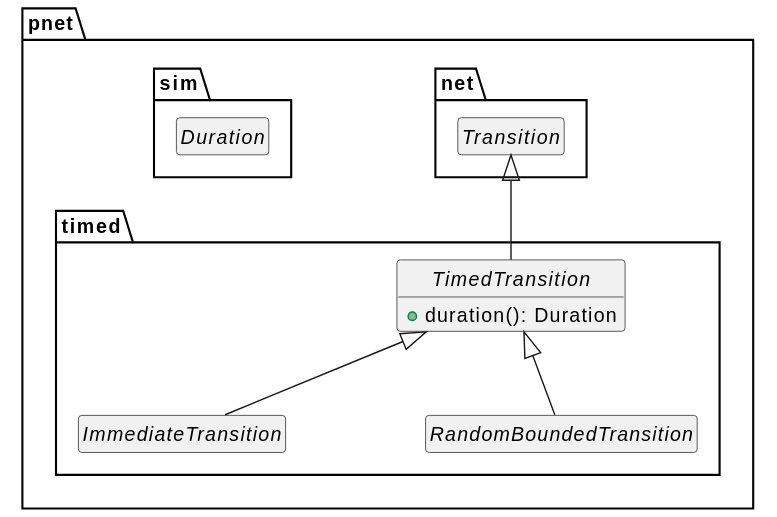
This is doc/ptnet-model-timed.svg from johnstonskj/rust-ptnets, a PlantUML export, as it was before one commit. Source of this version:
```plantuml
@startuml
skinparam backgroundColor transparent
skinparam style strictuml
skinparam linetype polyline
skinparam nodesep 100

hide empty members

package pnet {
    package net {
        interface Transition
    }
    package sim {
        interface Duration
    }
    package timed {
        interface TimedTransition {
            +duration(): Duration
        }
        TimedTransition -up-|> Transition
        interface ImmediateTransition {}
        ImmediateTransition -up-|> TimedTransition
        interface RandomBoundedTransition {}
        RandomBoundedTransition -up-|> TimedTransition
    }
}
@enduml
```
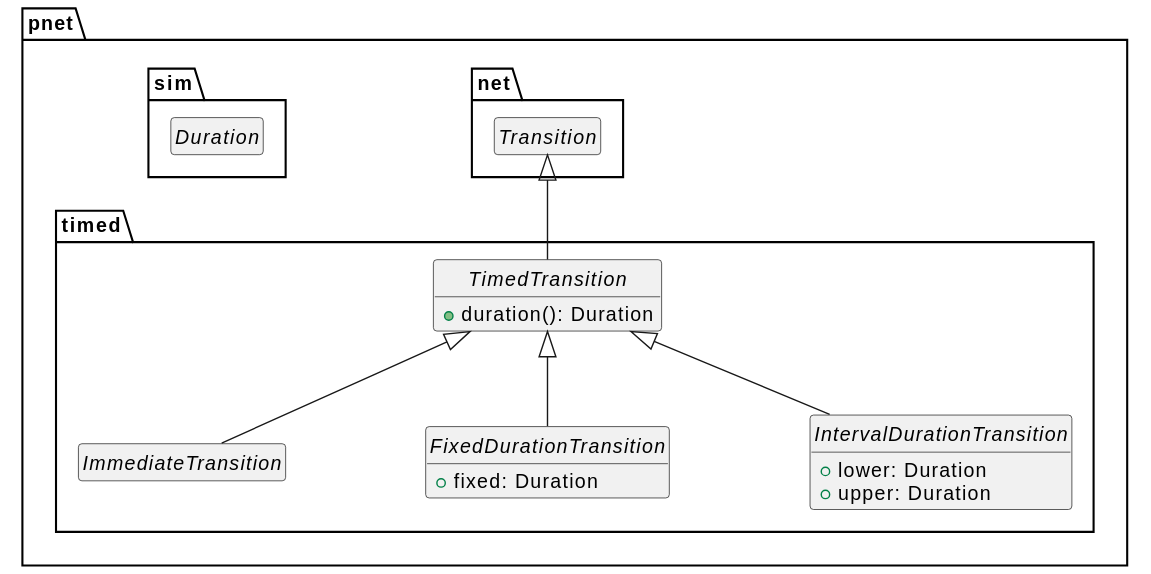
Above is the later version.

Change to the diagram source:
```diff
@@ -18,10 +18,20 @@
             +duration(): Duration
         }
         TimedTransition -up-|> Transition
+
         interface ImmediateTransition {}
         ImmediateTransition -up-|> TimedTransition
-        interface RandomBoundedTransition {}
-        RandomBoundedTransition -up-|> TimedTransition
+
+        interface FixedDurationTransition {
+            +fixed: Duration
+        }
+        FixedDurationTransition -up-|> TimedTransition
+
+        interface IntervalDurationTransition {
+            +lower: Duration
+            +upper: Duration
+        }
+        IntervalDurationTransition -up-|> TimedTransition
     }
 }
 @enduml
```
